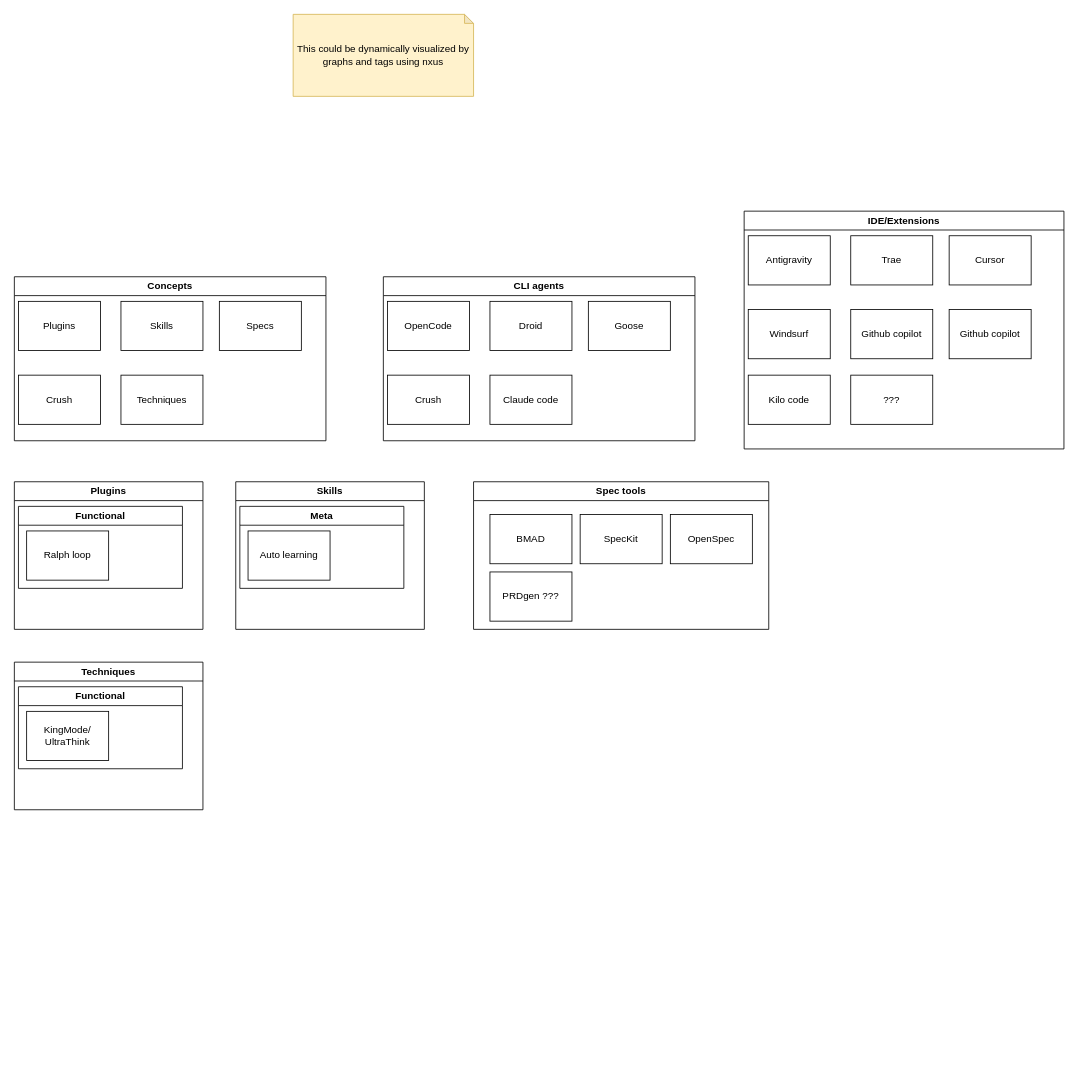
Before: packages/nxus-core/src/data/apps/_scripts/AI workflow.drawio in popemkt/nxus, a draw.io diagram. Source tidied: cells renumbered, new cells numbered last; positions are measured from the earlier drawing's top-left corner, leaving out a move shared by most shapes. Both pictures are drawn from the tidied source at 82%, with x=0, y=0 at pixel (14, 14).
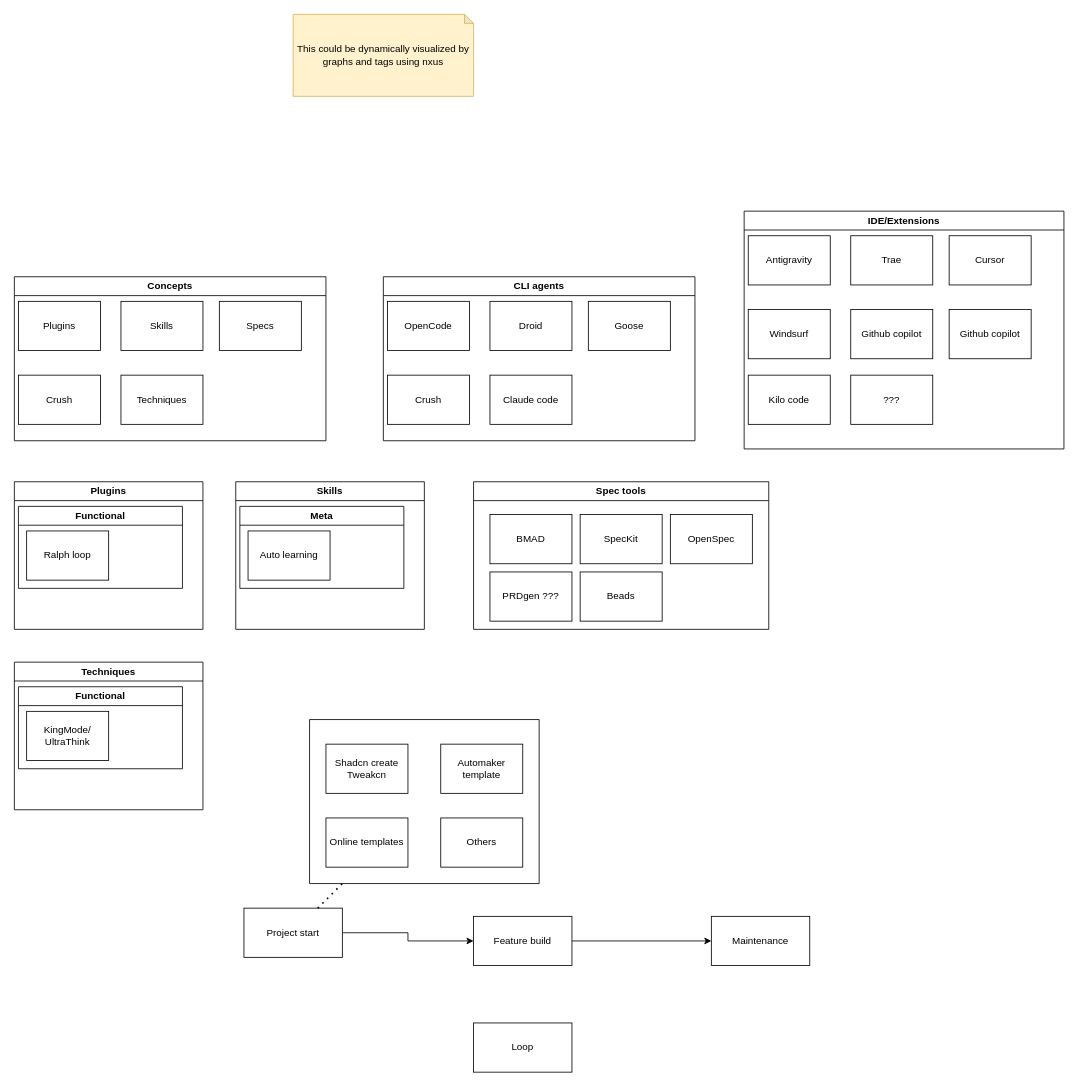
The same page after the edit.

The change refers to these unchanged cells:
```xml
<mxCell id="21" value="Spec tools" style="swimlane;whiteSpace=wrap;html=1;" parent="1" vertex="1">
  <mxGeometry x="560" y="570" width="360" height="180" as="geometry" />
</mxCell>
```

Change to the diagram source:
```diff
@@
+    <mxCell id="38" value="Beads" style="rounded=0;whiteSpace=wrap;html=1;" parent="21" vertex="1">
+      <mxGeometry x="130" y="110" width="100" height="60" as="geometry" />
+    </mxCell>
@@
+    <mxCell id="39" style="edgeStyle=orthogonalEdgeStyle;rounded=0;jettySize=auto;html=1;" parent="1" edge="1" source="40" target="47">
+      <mxGeometry relative="1" as="geometry" />
+    </mxCell>
+    <mxCell id="40" value="Project start" style="rounded=0;whiteSpace=wrap;html=1;" parent="1" vertex="1">
+      <mxGeometry x="280" y="1090" width="120" height="60" as="geometry" />
+    </mxCell>
+    <mxCell id="41" style="swimlane;startSize=0;" parent="1" vertex="1">
+      <mxGeometry x="360" y="860" width="280" height="200" as="geometry" />
+    </mxCell>
+    <mxCell id="42" value="Shadcn create&lt;br&gt;Tweakcn" style="rounded=0;whiteSpace=wrap;html=1;" parent="41" vertex="1">
+      <mxGeometry x="20" y="30" width="100" height="60" as="geometry" />
+    </mxCell>
+    <mxCell id="43" value="Automaker&lt;br&gt;template" style="rounded=0;whiteSpace=wrap;html=1;" parent="41" vertex="1">
+      <mxGeometry x="160" y="30" width="100" height="60" as="geometry" />
+    </mxCell>
+    <mxCell id="44" value="Online templates" style="rounded=0;whiteSpace=wrap;html=1;" parent="41" vertex="1">
+      <mxGeometry x="20" y="120" width="100" height="60" as="geometry" />
+    </mxCell>
+    <mxCell id="45" value="Others" style="rounded=0;whiteSpace=wrap;html=1;" parent="41" vertex="1">
+      <mxGeometry x="160" y="120" width="100" height="60" as="geometry" />
+    </mxCell>
+    <mxCell id="46" style="edgeStyle=orthogonalEdgeStyle;rounded=0;jettySize=auto;html=1;" parent="1" edge="1" source="47" target="48">
+      <mxGeometry relative="1" as="geometry" />
+    </mxCell>
+    <mxCell id="47" value="Feature build" style="rounded=0;whiteSpace=wrap;html=1;" parent="1" vertex="1">
+      <mxGeometry x="560" y="1100" width="120" height="60" as="geometry" />
+    </mxCell>
+    <mxCell id="48" value="Maintenance" style="rounded=0;whiteSpace=wrap;html=1;" parent="1" vertex="1">
+      <mxGeometry x="850" y="1100" width="120" height="60" as="geometry" />
+    </mxCell>
+    <mxCell id="49" value="Loop" style="rounded=0;whiteSpace=wrap;html=1;" parent="1" vertex="1">
+      <mxGeometry x="560" y="1230" width="120" height="60" as="geometry" />
+    </mxCell>
+    <mxCell id="50" style="endArrow=none;dashed=1;html=1;dashPattern=1 3;strokeWidth=2;rounded=0;" parent="1" edge="1" source="40" target="41">
+      <mxGeometry relative="1" as="geometry" />
+    </mxCell>
```
